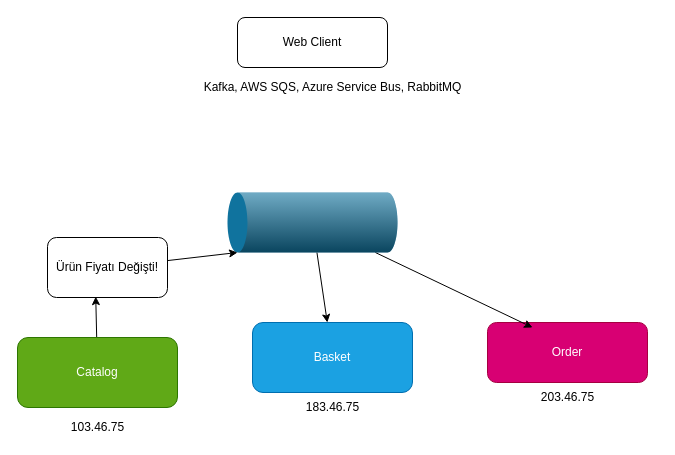
Earlier version of the draw.io diagram page "Page-3" (3 of 5) of drawing/microservices.drawio (turkayurkmez/PayCore2). Source tidied: cells renumbered, new cells numbered last; positions are measured from the earlier drawing's top-left corner, leaving out a move shared by most shapes. Both pictures are drawn from the tidied source at 100%, with x=0, y=0 at pixel (17, 17).
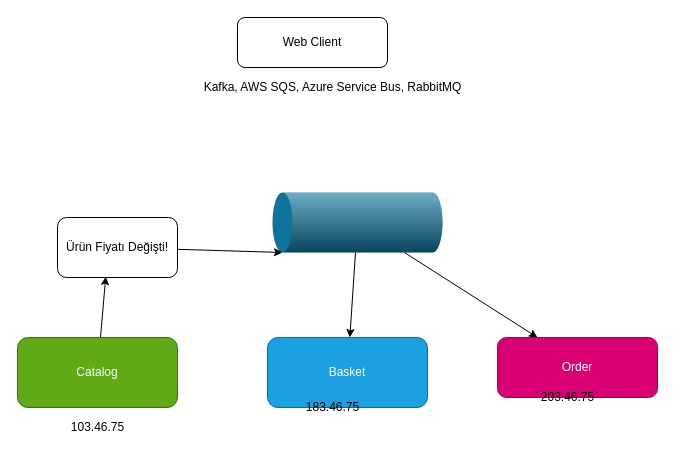
Above is the later version.

The edit, as a diff of the source:
```diff
@@
 <mxGraphModel>
   <root>
     <mxCell id="0" />
     <mxCell id="1" parent="0" />
     <mxCell id="2" style="edgeStyle=none;html=1;entryX=0.402;entryY=0.985;entryDx=0;entryDy=0;entryPerimeter=0;" parent="1" edge="1" source="3" target="15">
       <mxGeometry relative="1" as="geometry" />
     </mxCell>
     <mxCell id="3" value="Catalog" style="rounded=1;whiteSpace=wrap;html=1;fillColor=#60a917;fontColor=#ffffff;strokeColor=#2D7600;" parent="1" vertex="1">
       <mxGeometry y="320" width="160" height="70" as="geometry" />
     </mxCell>
     <mxCell id="4" value="Basket" style="rounded=1;whiteSpace=wrap;html=1;fillColor=#1ba1e2;fontColor=#ffffff;strokeColor=#006EAF;" parent="1" vertex="1">
-      <mxGeometry x="235" y="305" width="160" height="70" as="geometry" />
+      <mxGeometry x="250" y="320" width="160" height="70" as="geometry" />
     </mxCell>
     <mxCell id="5" value="Order" style="rounded=1;whiteSpace=wrap;html=1;fillColor=#d80073;fontColor=#ffffff;strokeColor=#A50040;" parent="1" vertex="1">
-      <mxGeometry x="470" y="305" width="160" height="60" as="geometry" />
+      <mxGeometry x="480" y="320" width="160" height="60" as="geometry" />
     </mxCell>
     <mxCell id="6" value="Web Client" style="rounded=1;whiteSpace=wrap;html=1;" parent="1" vertex="1">
       <mxGeometry x="220" width="150" height="50" as="geometry" />
     </mxCell>
     <mxCell id="7" value="103.46.75" style="text;html=1;align=center;verticalAlign=middle;strokeColor=none;fillColor=none;" parent="1" vertex="1">
       <mxGeometry x="45" y="400" width="70" height="20" as="geometry" />
     </mxCell>
     <mxCell id="8" value="183.46.75" style="text;html=1;align=center;verticalAlign=middle;strokeColor=none;fillColor=none;" parent="1" vertex="1">
       <mxGeometry x="280" y="380" width="70" height="20" as="geometry" />
     </mxCell>
     <mxCell id="9" value="203.46.75" style="text;html=1;align=center;verticalAlign=middle;strokeColor=none;fillColor=none;" parent="1" vertex="1">
       <mxGeometry x="515" y="370" width="70" height="20" as="geometry" />
     </mxCell>
-    <mxCell id="10" style="edgeStyle=none;html=1;entryX=0.25;entryY=0;entryDx=0;entryDy=0;" parent="1" edge="1" source="12">
-      <mxGeometry relative="1" as="geometry">
-        <mxPoint x="515" y="310" as="targetPoint" />
-      </mxGeometry>
+    <mxCell id="10" style="edgeStyle=none;html=1;entryX=0.25;entryY=0;entryDx=0;entryDy=0;" parent="1" edge="1" source="12" target="5">
+      <mxGeometry relative="1" as="geometry" />
     </mxCell>
     <mxCell id="11" style="edgeStyle=none;html=1;" parent="1" edge="1" source="12" target="4">
       <mxGeometry relative="1" as="geometry" />
     </mxCell>
     <mxCell id="12" style="verticalLabelPosition=bottom;verticalAlign=top;html=1;shape=mxgraph.infographic.cylinder;fillColor=#10739E;strokeColor=none;rotation=-90;" parent="1" vertex="1">
-      <mxGeometry x="265" y="120" width="60" height="170" as="geometry" />
+      <mxGeometry x="310" y="120" width="60" height="170" as="geometry" />
     </mxCell>
     <mxCell id="13" value="Kafka, AWS SQS, Azure Service Bus, RabbitMQ" style="text;html=1;align=center;verticalAlign=middle;strokeColor=none;fillColor=none;" parent="1" vertex="1">
       <mxGeometry x="180" y="60" width="270" height="20" as="geometry" />
     </mxCell>
     <mxCell id="14" style="edgeStyle=none;html=1;entryX=0;entryY=0;entryDx=0;entryDy=10;entryPerimeter=0;" parent="1" edge="1" source="15" target="12">
       <mxGeometry relative="1" as="geometry" />
     </mxCell>
     <mxCell id="15" value="Ürün Fiyatı Değişti!" style="rounded=1;whiteSpace=wrap;html=1;" parent="1" vertex="1">
-      <mxGeometry x="30" y="220" width="120" height="60" as="geometry" />
+      <mxGeometry x="40" y="200" width="120" height="60" as="geometry" />
     </mxCell>
   </root>
 </mxGraphModel>
```
